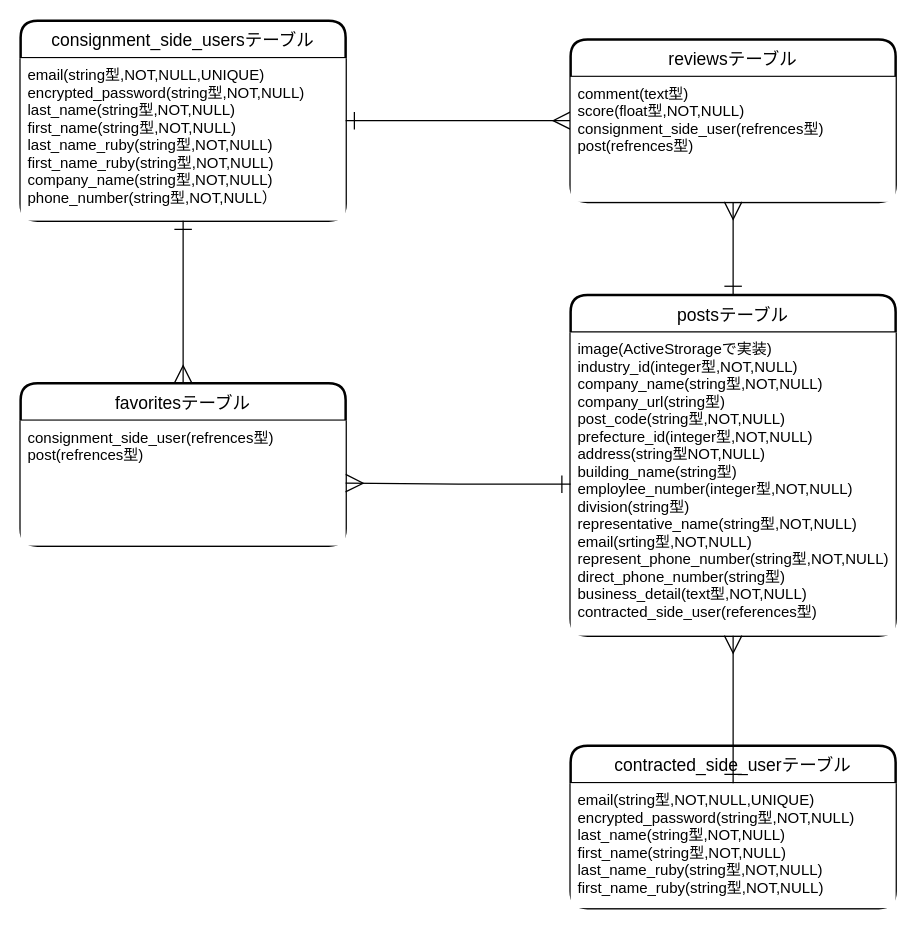
This is er_diagram.dio from hiroki1121/assistance_company, a draw.io file, before an edit. Source tidied: cells renumbered, new cells numbered last; positions are measured from the earlier drawing's top-left corner, leaving out a move shared by most shapes. Both pictures are drawn from the tidied source at 125%, with x=0, y=0 at pixel (20, 20).
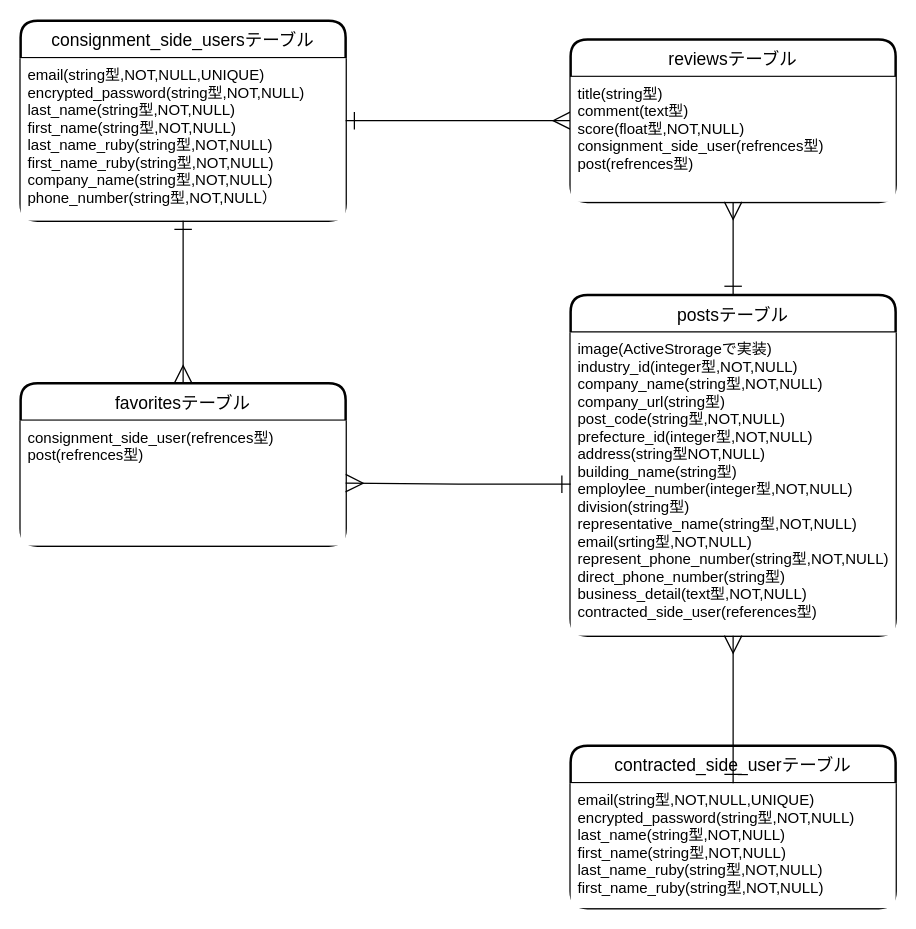
Above is the later version.

Diff of the diagram source:
```diff
@@
 <mxGraphModel>
   <root>
     <mxCell id="0" />
     <mxCell id="1" parent="0" />
     <mxCell id="2" value="consignment_side_usersテーブル" style="swimlane;horizontal=1;startSize=30;rounded=1;fontSize=14;fontStyle=0;strokeWidth=2;shadow=0;dashed=0;align=center;labelBackgroundColor=none;fillColor=#FFFFFF;fontColor=#000000;labelBorderColor=none;swimlaneFillColor=none;strokeColor=#000000;" parent="1" vertex="1">
       <mxGeometry width="260" height="160" as="geometry" />
     </mxCell>
     <mxCell id="3" value="email(string型,NOT,NULL,UNIQUE)&#10;encrypted_password(string型,NOT,NULL)&#10;last_name(string型,NOT,NULL)&#10;first_name(string型,NOT,NULL)&#10;last_name_ruby(string型,NOT,NULL)&#10;first_name_ruby(string型,NOT,NULL)&#10;company_name(string型,NOT,NULL)&#10;phone_number(string型,NOT,NULL）" style="align=left;strokeColor=none;spacingLeft=4;fontSize=12;verticalAlign=top;fillColor=#FFFFFF;fontColor=#000000;" parent="2" vertex="1">
       <mxGeometry y="30" width="260" height="130" as="geometry" />
     </mxCell>
     <mxCell id="4" value="contracted_side_userテーブル" style="swimlane;horizontal=1;startSize=30;rounded=1;fontSize=14;fontStyle=0;strokeWidth=2;shadow=0;dashed=0;align=center;labelBackgroundColor=none;fillColor=#FFFFFF;fontColor=#000000;labelBorderColor=none;swimlaneFillColor=none;strokeColor=#000000;" parent="1" vertex="1">
       <mxGeometry x="440" y="580" width="260" height="130" as="geometry" />
     </mxCell>
     <mxCell id="5" value="email(string型,NOT,NULL,UNIQUE)&#10;encrypted_password(string型,NOT,NULL)&#10;last_name(string型,NOT,NULL)&#10;first_name(string型,NOT,NULL)&#10;last_name_ruby(string型,NOT,NULL)&#10;first_name_ruby(string型,NOT,NULL)" style="align=left;strokeColor=none;spacingLeft=4;fontSize=12;verticalAlign=top;fillColor=#FFFFFF;fontColor=#000000;" parent="4" vertex="1">
       <mxGeometry y="30" width="260" height="100" as="geometry" />
     </mxCell>
     <mxCell id="6" value="postsテーブル" style="swimlane;horizontal=1;startSize=30;rounded=1;fontSize=14;fontStyle=0;strokeWidth=2;shadow=0;dashed=0;align=center;labelBackgroundColor=none;fillColor=#FFFFFF;fontColor=#000000;labelBorderColor=none;swimlaneFillColor=none;strokeColor=#000000;" parent="1" vertex="1">
       <mxGeometry x="440" y="219.5" width="260" height="272.5" as="geometry" />
     </mxCell>
     <mxCell id="7" value="image(ActiveStrorageで実装)&#10;industry_id(integer型,NOT,NULL)&#10;company_name(string型,NOT,NULL)&#10;company_url(string型)&#10;post_code(string型,NOT,NULL)&#10;prefecture_id(integer型,NOT,NULL)&#10;address(string型NOT,NULL)&#10;building_name(string型)&#10;employlee_number(integer型,NOT,NULL)&#10;division(string型)&#10;representative_name(string型,NOT,NULL)&#10;email(srting型,NOT,NULL)&#10;represent_phone_number(string型,NOT,NULL)&#10;direct_phone_number(string型)&#10;business_detail(text型,NOT,NULL)&#10;contracted_side_user(references型)" style="align=left;strokeColor=none;spacingLeft=4;fontSize=12;verticalAlign=top;fillColor=#FFFFFF;fontColor=#000000;" parent="6" vertex="1">
       <mxGeometry y="30" width="260" height="242.5" as="geometry" />
     </mxCell>
     <mxCell id="8" value="favoritesテーブル" style="swimlane;horizontal=1;startSize=30;rounded=1;fontSize=14;fontStyle=0;strokeWidth=2;shadow=0;dashed=0;align=center;labelBackgroundColor=none;fillColor=#FFFFFF;fontColor=#000000;labelBorderColor=none;swimlaneFillColor=none;strokeColor=#000000;" parent="1" vertex="1">
       <mxGeometry y="290" width="260" height="130" as="geometry" />
     </mxCell>
     <mxCell id="9" value="consignment_side_user(refrences型)&#10;post(refrences型)" style="align=left;strokeColor=none;spacingLeft=4;fontSize=12;verticalAlign=top;fillColor=#FFFFFF;fontColor=#000000;" parent="8" vertex="1">
       <mxGeometry y="30" width="260" height="100" as="geometry" />
     </mxCell>
     <mxCell id="10" style="edgeStyle=orthogonalEdgeStyle;rounded=0;jettySize=auto;html=1;exitX=0.5;exitY=1;exitDx=0;exitDy=0;entryX=0.5;entryY=0;entryDx=0;entryDy=0;fontColor=#000000;endArrow=ERmany;endFill=0;startArrow=ERone;startFill=0;strokeWidth=1;endSize=12;startSize=12;" parent="1" edge="1" source="3" target="8">
       <mxGeometry relative="1" as="geometry" />
     </mxCell>
     <mxCell id="11" style="edgeStyle=orthogonalEdgeStyle;rounded=0;jettySize=auto;html=1;startArrow=ERone;startFill=0;startSize=12;endArrow=ERmany;endFill=0;endSize=12;strokeWidth=1;fontColor=#000000;" parent="1" edge="1" source="7">
       <mxGeometry relative="1" as="geometry">
         <mxPoint x="260" y="370" as="targetPoint" />
       </mxGeometry>
     </mxCell>
     <mxCell id="12" style="edgeStyle=orthogonalEdgeStyle;rounded=0;jettySize=auto;html=1;endSize=12;startSize=12;endArrow=ERmany;endFill=0;startArrow=ERone;startFill=0;" parent="1" edge="1" source="5" target="7">
       <mxGeometry relative="1" as="geometry" />
     </mxCell>
     <mxCell id="13" style="edgeStyle=orthogonalEdgeStyle;rounded=0;jettySize=auto;html=1;startArrow=ERone;startFill=0;startSize=12;endArrow=ERmany;endFill=0;endSize=12;exitX=1;exitY=0.5;exitDx=0;exitDy=0;" parent="1" edge="1" source="2" target="14">
       <mxGeometry relative="1" as="geometry" />
     </mxCell>
     <mxCell id="14" value="reviewsテーブル" style="swimlane;horizontal=1;startSize=30;rounded=1;fontSize=14;fontStyle=0;strokeWidth=2;shadow=0;dashed=0;align=center;labelBackgroundColor=none;fillColor=#FFFFFF;fontColor=#000000;labelBorderColor=none;swimlaneFillColor=none;strokeColor=#000000;" parent="1" vertex="1">
       <mxGeometry x="440" y="15" width="260" height="130" as="geometry" />
     </mxCell>
-    <mxCell id="15" value="comment(text型)&#10;score(float型,NOT,NULL)&#10;consignment_side_user(refrences型)&#10;post(refrences型)" style="align=left;strokeColor=none;spacingLeft=4;fontSize=12;verticalAlign=top;fillColor=#FFFFFF;fontColor=#000000;" parent="14" vertex="1">
+    <mxCell id="15" value="title(string型)&#10;comment(text型)&#10;score(float型,NOT,NULL)&#10;consignment_side_user(refrences型)&#10;post(refrences型)" style="align=left;strokeColor=none;spacingLeft=4;fontSize=12;verticalAlign=top;fillColor=#FFFFFF;fontColor=#000000;" parent="14" vertex="1">
       <mxGeometry y="30" width="260" height="100" as="geometry" />
     </mxCell>
     <mxCell id="16" style="align=left;strokeColor=none;spacingLeft=4;fontSize=12;verticalAlign=top;fillColor=#FFFFFF;fontColor=#000000;" parent="14" vertex="1">
       <mxGeometry y="130" width="260" as="geometry" />
     </mxCell>
     <mxCell id="17" style="edgeStyle=orthogonalEdgeStyle;rounded=0;jettySize=auto;html=1;startArrow=ERone;startFill=0;startSize=12;endArrow=ERmany;endFill=0;endSize=12;exitX=0.5;exitY=0;exitDx=0;exitDy=0;" parent="1" edge="1" source="6" target="15">
       <mxGeometry relative="1" as="geometry" />
     </mxCell>
   </root>
 </mxGraphModel>
```
